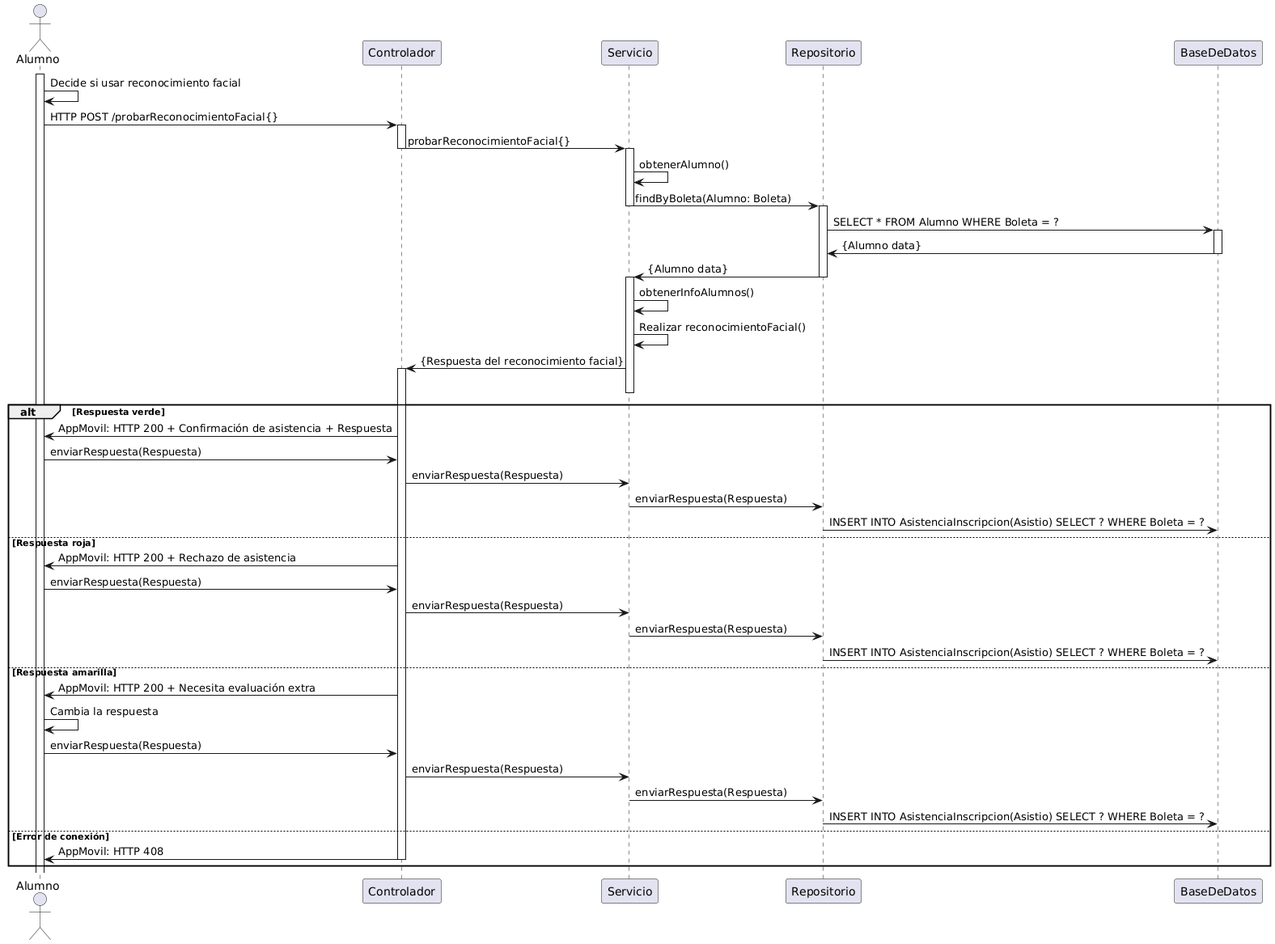
Jajr16/Documentacion-TT keeps this PlantUML diagram as Secuencia/CU-19.png. Above is the earlier version. The source it was exported from:
```plantuml
@startuml
actor Alumno as AppMovil
participant Controlador
participant Servicio
participant Repositorio
participant BaseDeDatos as BD

activate AppMovil

AppMovil -> AppMovil: Decide si usar reconocimiento facial


AppMovil -> Controlador: HTTP POST /probarReconocimientoFacial{}

Activate Controlador
Controlador -> Servicio: probarReconocimientoFacial{}
Deactivate Controlador

Activate Servicio
Servicio -> Servicio: obtenerAlumno()




Servicio -> Repositorio: findByBoleta(Alumno: Boleta)
Deactivate Servicio
Activate Repositorio



Repositorio -> BD: SELECT * FROM Alumno WHERE Boleta = ?
Activate BD
BD->Repositorio:{Alumno data}
Deactivate BD



Repositorio -> Servicio: {Alumno data}

Deactivate Repositorio

Activate Servicio

Servicio -> Servicio: obtenerInfoAlumnos()
Servicio -> Servicio: Realizar reconocimientoFacial()
Servicio -> Controlador: {Respuesta del reconocimiento facial}
activate Controlador
Deactivate Servicio



alt Respuesta verde

Controlador -> AppMovil: AppMovil: HTTP 200 + Confirmación de asistencia + Respuesta
AppMovil -> Controlador: enviarRespuesta(Respuesta)
Controlador -> Servicio: enviarRespuesta(Respuesta)
Servicio -> Repositorio: enviarRespuesta(Respuesta)
Repositorio -> BD: INSERT INTO AsistenciaInscripcion(Asistio) SELECT ? WHERE Boleta = ?

else Respuesta roja
Controlador -> AppMovil: AppMovil: HTTP 200 + Rechazo de asistencia
AppMovil -> Controlador: enviarRespuesta(Respuesta)
Controlador -> Servicio: enviarRespuesta(Respuesta)
Servicio -> Repositorio: enviarRespuesta(Respuesta)
Repositorio -> BD: INSERT INTO AsistenciaInscripcion(Asistio) SELECT ? WHERE Boleta = ?

else Respuesta amarilla
Controlador -> AppMovil: AppMovil: HTTP 200 + Necesita evaluación extra
AppMovil -> AppMovil: Cambia la respuesta
AppMovil -> Controlador: enviarRespuesta(Respuesta)
Controlador -> Servicio: enviarRespuesta(Respuesta)
Servicio -> Repositorio: enviarRespuesta(Respuesta)
Repositorio -> BD: INSERT INTO AsistenciaInscripcion(Asistio) SELECT ? WHERE Boleta = ?


else Error de conexión
Controlador -> AppMovil: AppMovil: HTTP 408

Deactivate Controlador

end
@enduml
```
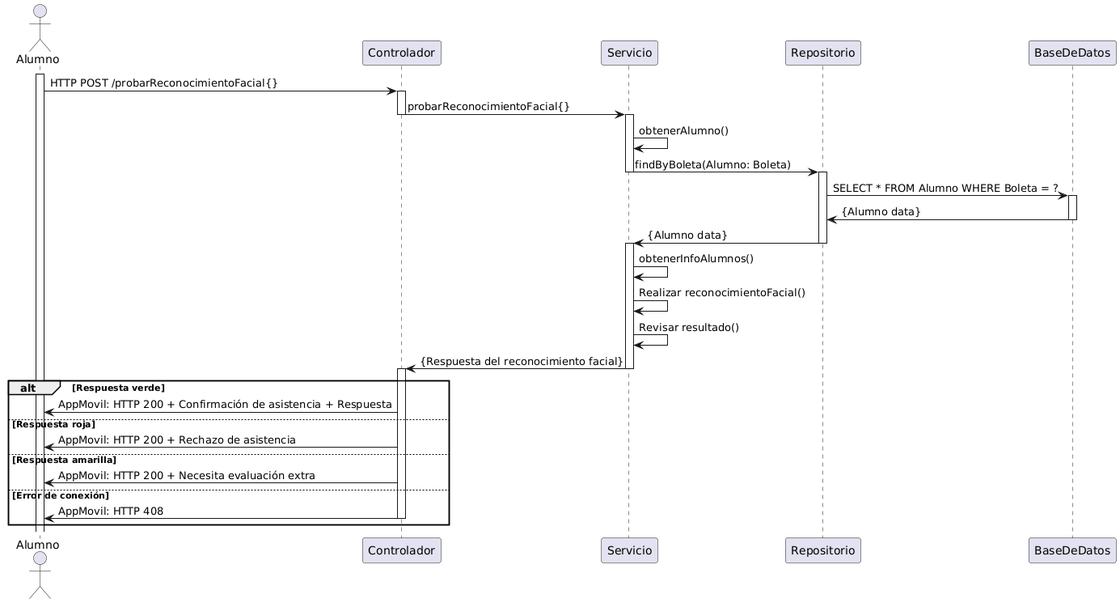
After the commit.

The edit, as a diff of the source:
```diff
@@ -6,9 +6,6 @@
 participant BaseDeDatos as BD
 
 activate AppMovil
-
-AppMovil -> AppMovil: Decide si usar reconocimiento facial
-
 
 AppMovil -> Controlador: HTTP POST /probarReconocimientoFacial{}
 
@@ -19,14 +16,9 @@
 Activate Servicio
 Servicio -> Servicio: obtenerAlumno()
 
-
-
-
 Servicio -> Repositorio: findByBoleta(Alumno: Boleta)
 Deactivate Servicio
 Activate Repositorio
-
-
 
 Repositorio -> BD: SELECT * FROM Alumno WHERE Boleta = ?
 Activate BD
@@ -43,34 +35,26 @@
 
 Servicio -> Servicio: obtenerInfoAlumnos()
 Servicio -> Servicio: Realizar reconocimientoFacial()
+Servicio -> Servicio: Revisar resultado()
+
 Servicio -> Controlador: {Respuesta del reconocimiento facial}
+Deactivate Servicio
 activate Controlador
-Deactivate Servicio
+
 
 
 
 alt Respuesta verde
 
 Controlador -> AppMovil: AppMovil: HTTP 200 + Confirmación de asistencia + Respuesta
-AppMovil -> Controlador: enviarRespuesta(Respuesta)
-Controlador -> Servicio: enviarRespuesta(Respuesta)
-Servicio -> Repositorio: enviarRespuesta(Respuesta)
-Repositorio -> BD: INSERT INTO AsistenciaInscripcion(Asistio) SELECT ? WHERE Boleta = ?
 
 else Respuesta roja
 Controlador -> AppMovil: AppMovil: HTTP 200 + Rechazo de asistencia
-AppMovil -> Controlador: enviarRespuesta(Respuesta)
-Controlador -> Servicio: enviarRespuesta(Respuesta)
-Servicio -> Repositorio: enviarRespuesta(Respuesta)
-Repositorio -> BD: INSERT INTO AsistenciaInscripcion(Asistio) SELECT ? WHERE Boleta = ?
+
 
 else Respuesta amarilla
 Controlador -> AppMovil: AppMovil: HTTP 200 + Necesita evaluación extra
-AppMovil -> AppMovil: Cambia la respuesta
-AppMovil -> Controlador: enviarRespuesta(Respuesta)
-Controlador -> Servicio: enviarRespuesta(Respuesta)
-Servicio -> Repositorio: enviarRespuesta(Respuesta)
-Repositorio -> BD: INSERT INTO AsistenciaInscripcion(Asistio) SELECT ? WHERE Boleta = ?
+
 
 
 else Error de conexión
```
